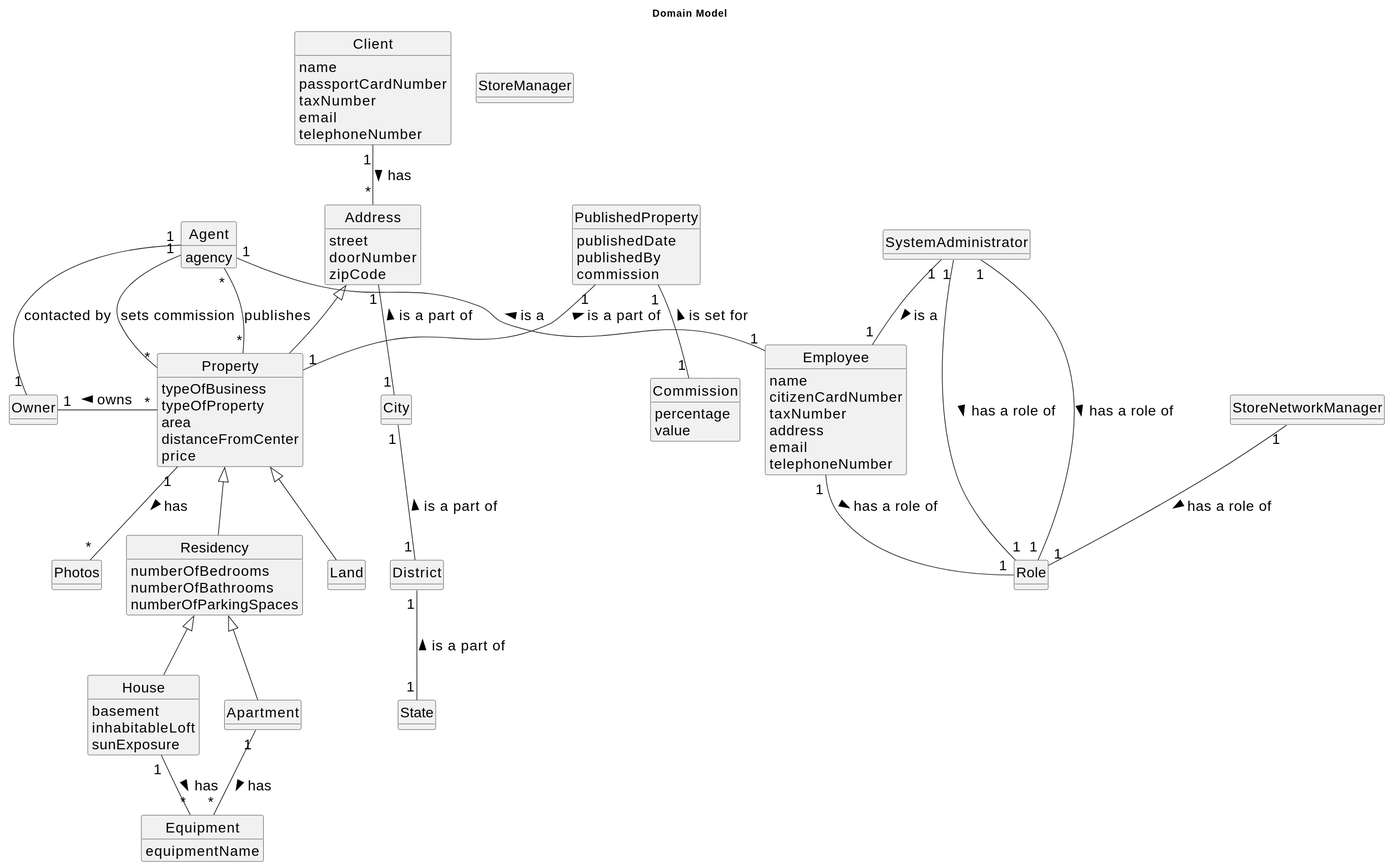
Before: docs/sprintB/us002/02.analysis/svg/us002-domain-model.svg, a diagram exported from PlantUML (Goncalves2525/real-estate-management-system).
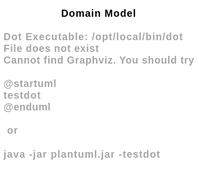
Above is the later version.

What changed in the source:
```diff
@@ -10,33 +10,20 @@
 title Domain Model
 
 class Client{
-    name
-    passportCardNumber
-    taxNumber
-    email
-    telephoneNumber
 }
 
-class Owner {
+class Owner{
 }
 
 class Employee{
-    name
-    citizenCardNumber
-    taxNumber
-    address
-    email
-    telephoneNumber
 }
 
-class Agent{
-    agency
+class Agent extends Employee{
 }
 
 
-class Property extends Address{
-    typeOfBusiness
-    typeOfProperty
+
+class Property{
     area
     distanceFromCenter
     price
@@ -46,9 +33,11 @@
 }
 
 class Address{
-    street
     doorNumber
     zipCode
+}
+
+class Street{
 }
 
 class City{
@@ -66,7 +55,6 @@
 class House extends Residency{
     basement
     inhabitableLoft
-    sunExposure
 }
 
 class Residency extends Property{
@@ -79,12 +67,17 @@
 class PublishedProperty{
     publishedDate
     publishedBy
-    commission
 }
 
 class Commission{
     percentage
     value
+}
+
+class TypeOfProperty{
+    APARTMENT
+    HOUSE
+    LAND
 }
 
 class Land extends Property{
@@ -94,37 +87,46 @@
     equipmentName
 }
 
-class Role{
+
+class SunExposure{
+NORTH
+SOUTH
+EAST
+WEST
 }
 
-class SystemAdministrator{
-}
-
-class StoreManager{
-}
-
-class StoreNetworkManager{
+class TransactionType{
+RENT
+SALE
+BUY
 }
 
 
-Agent "1" -- "1" Employee: is a <
-Employee "1" -- "1" Role: has a role of >
-SystemAdministrator "1" -- "1" Role: has a role of >
-StoreNetworkManager "1" -- "1" Role: has a role of >
-SystemAdministrator "1" -- "1" Role: has a role of >
-SystemAdministrator "1" -- "1" Employee: is a >
-Agent "1" -- "1" Owner : contacted by
-Agent "*" - "*" Property: publishes
-Agent "1" - "*" Property: sets commission
-Owner "1" - "*" Property: owns <
-Address "1" -- "1" City : is a part of <
-City "1" -- "1" District : is a part of <
-District "1" -- "1" State : is a part of <
-Client "1" -- "*" Address: has >
-Property "1" -- "*" Photos: has >
+class Request{
+}
+
+PublishedProperty "1" -- "1" TypeOfProperty: has a >
+Agency "1" -- "*" Agent: has >
+Agent "1" -- "1" Owner : contacted by >
+Agent "*" - "*" Property: publishes >
+Agent "1" - "*" Property: sets commission >
+Owner "1" -- "*" Property: owns >
+Owner "1" - "*" Request: makes >
+Request "*" -- "1" Agent: is sent to >
+Request "1" - "1" Property: has >
+Request "1" - "1" TransactionType: has >
+Address "1" -- "1" State : part of <
+City "*" -- "1" District : part of >
+Street "*" -- "1" City : part of >
+District "*" --- "1" State : part of >
+Client "1" -- "*" Address: has an >
+Property "1" -- "1..*" Photos: has >
 PublishedProperty "1" -- "1" Commission: is set for <
-House "1" -- "*" Equipment: has >
-Apartment "1" -- "*" Equipment: has >
-PublishedProperty "1" -- "1" Property: is a part of <
-
+Residency "1" -- "*" Equipment: has >
+PublishedProperty "1" -- "1" Property: part of <
+Property "1" - "1" Address: has an >
+PublishedProperty "1" -- "1" Commission : has a >
+House "1" -- "1" SunExposure: has a value of >
+PublishedProperty "1" -- "1" TransactionType: has a value of >
+Agency "1" -- "1" Address: has an >
 @enduml
```
